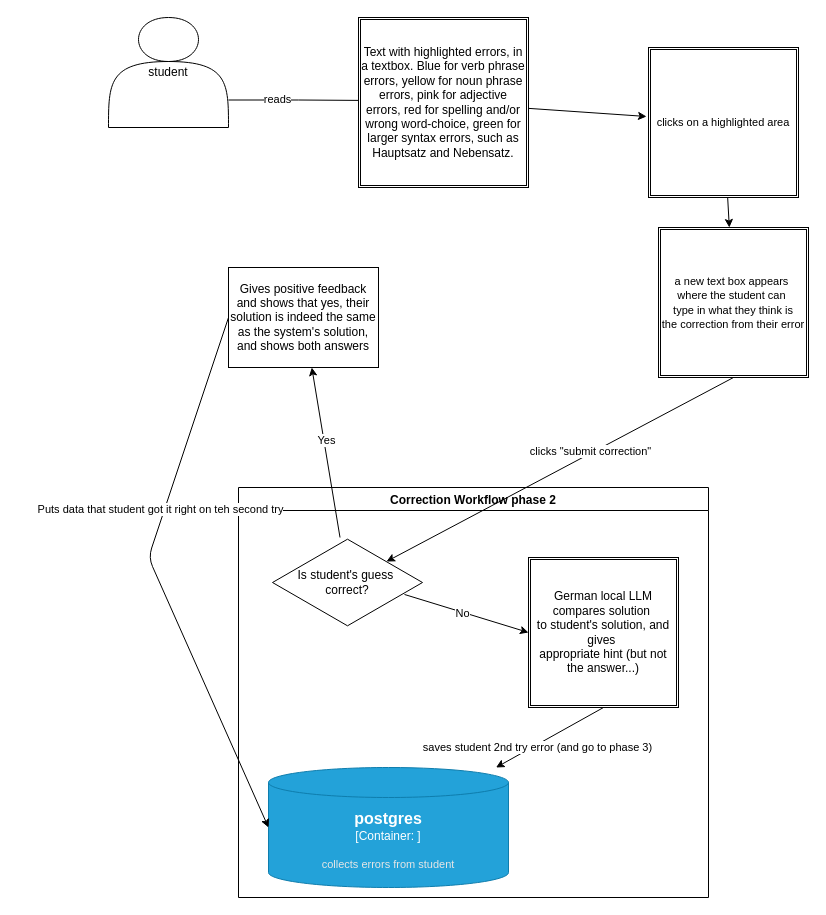
The draw.io diagram docs/diagrams/my_idea_workflow_phase_2.drawio in viquta/MrGrammar, before the edit. Source tidied: cells renumbered, new cells numbered last; positions are measured from the earlier drawing's top-left corner, leaving out a move shared by most shapes. Both pictures are drawn from the tidied source at 100%, with x=0, y=0 at pixel (108, 17).
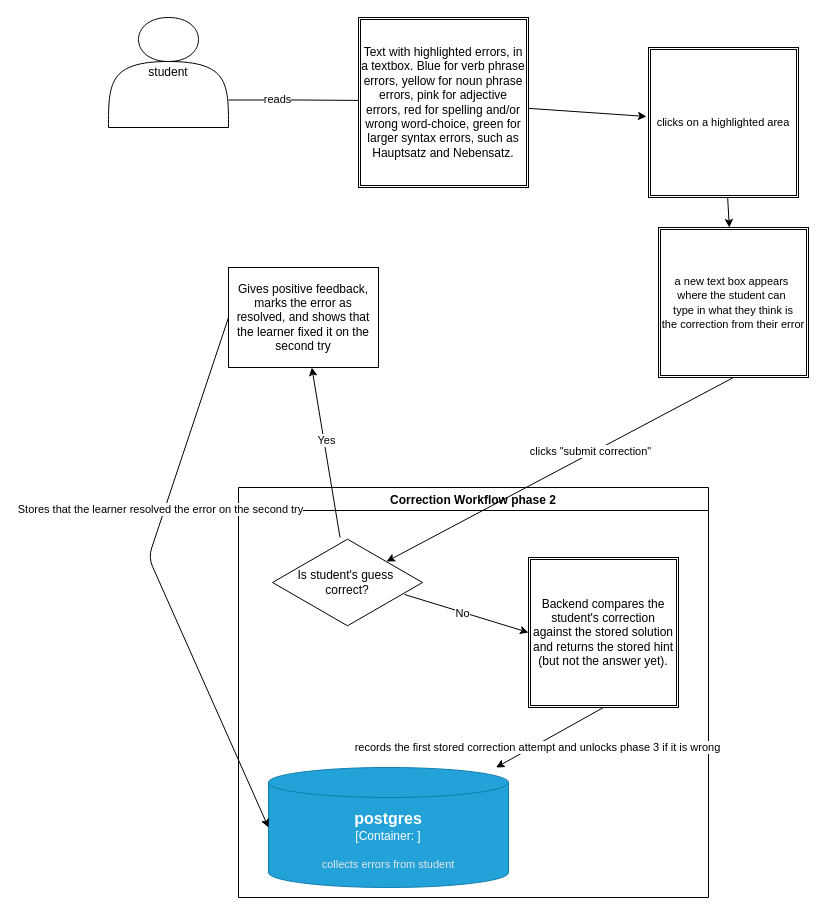
After the change.

The change refers to these unchanged cells:
```xml
<mxCell id="5" value="Correction Workflow phase 2" style="swimlane;" parent="1" vertex="1">
  <mxGeometry x="130" y="470" width="470" height="410" as="geometry" />
</mxCell>
<mxCell id="8" style="edgeStyle=none;html=1;exitX=0.5;exitY=1;exitDx=0;exitDy=0;" parent="5" edge="1" source="6" target="7">
  <mxGeometry relative="1" as="geometry" />
</mxCell>
<mxCell id="23" style="edgeStyle=none;html=1;exitX=0;exitY=0.5;exitDx=0;exitDy=0;entryX=0;entryY=0.5;entryDx=0;entryDy=0;entryPerimeter=0;" parent="1" edge="1" source="20" target="7">
  <mxGeometry relative="1" as="geometry">
    <Array as="points">
      <mxPoint x="40" y="540" />
    </Array>
  </mxGeometry>
</mxCell>
```

What changed in the source:
```diff
@@
-    <mxCell id="6" value="German local LLM compares solution&amp;nbsp;&lt;div&gt;to student's solution, and gives&amp;nbsp;&lt;/div&gt;&lt;div&gt;appropriate hint (but not the answer...)&lt;/div&gt;" style="shape=ext;double=1;whiteSpace=wrap;html=1;" parent="5" vertex="1">
+    <mxCell id="6" value="Backend compares the student's correction against the stored solution and returns the stored hint (but not the answer yet)." style="shape=ext;double=1;whiteSpace=wrap;html=1;" parent="5" vertex="1">
       <mxGeometry x="290" y="70" width="150" height="150" as="geometry" />
     </mxCell>
@@
-    <mxCell id="9" value="saves student 2nd try error (and go to phase 3)" style="edgeLabel;html=1;align=center;verticalAlign=middle;" parent="8" vertex="1">
+    <mxCell id="9" value="records the first stored correction attempt and unlocks phase 3 if it is wrong" style="edgeLabel;html=1;align=center;verticalAlign=middle;" parent="8" vertex="1">
       <mxGeometry x="0.26" y="2" relative="1" as="geometry">
         <mxPoint x="1" as="offset" />
       </mxGeometry>
     </mxCell>
@@
-    <mxCell id="20" value="Gives positive feedback and shows that yes, their solution is indeed the same as the system's solution, and shows both answers" style="whiteSpace=wrap;html=1;" parent="1" vertex="1">
+    <mxCell id="20" value="Gives positive feedback, marks the error as resolved, and shows that the learner fixed it on the second try" style="whiteSpace=wrap;html=1;" parent="1" vertex="1">
       <mxGeometry x="120" y="250" width="150" height="100" as="geometry" />
     </mxCell>
@@
-    <mxCell id="24" value="Puts data that student got it right on teh second try" style="edgeLabel;html=1;align=center;verticalAlign=middle;" parent="23" vertex="1">
+    <mxCell id="24" value="Stores that the learner resolved the error on the second try" style="edgeLabel;html=1;align=center;verticalAlign=middle;" parent="23" vertex="1">
       <mxGeometry x="-0.26" y="-4" relative="1" as="geometry">
         <mxPoint x="-1" as="offset" />
       </mxGeometry>
     </mxCell>
```
